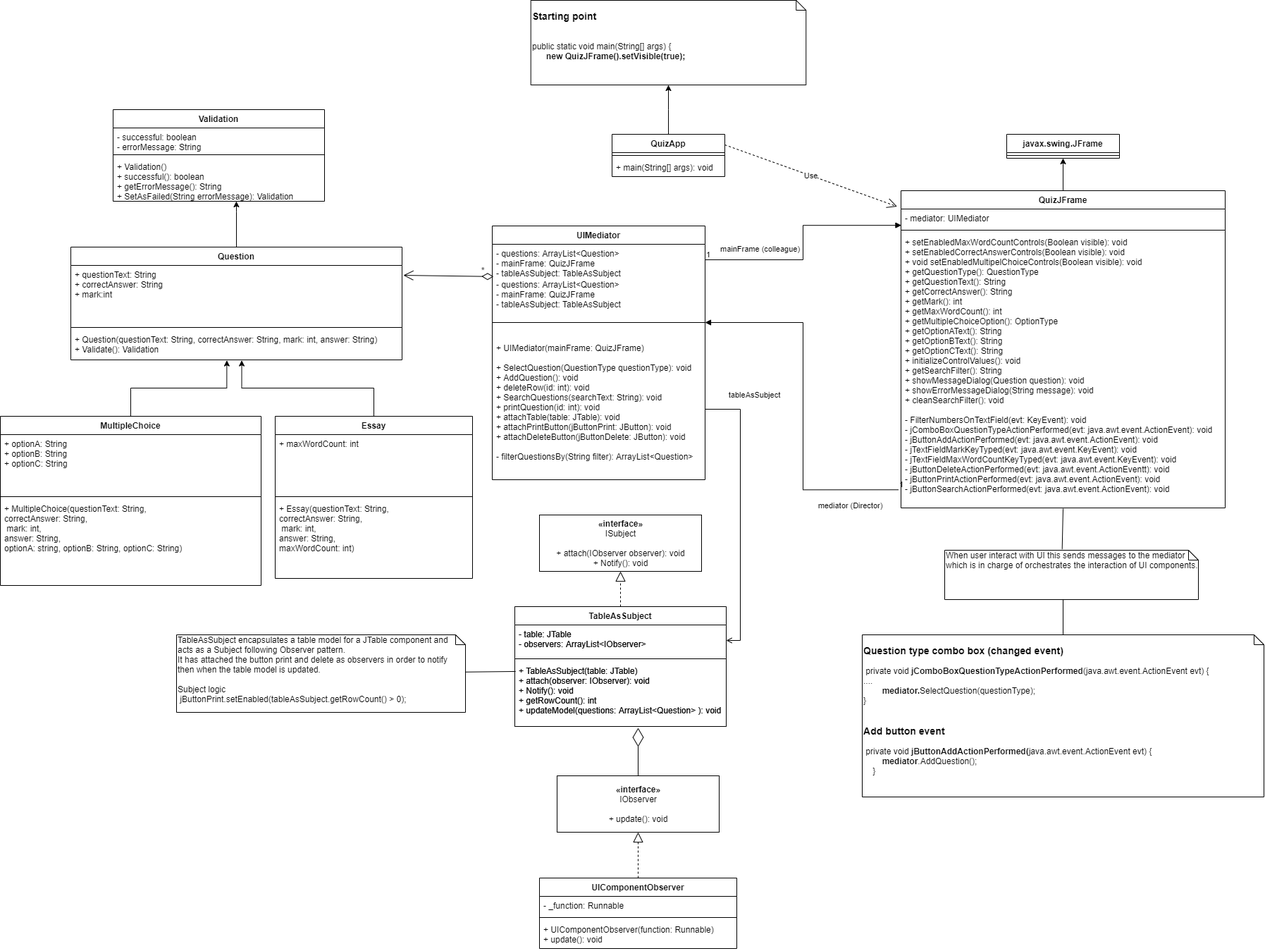
Before: Step 4 - class diagram.png, a diagram exported from draw.io (herreramaxi/NCIRL-OOP-Topic2). Source tidied: cells renumbered, new cells last; positions are measured from the earlier drawing's top-left corner, leaving out a move shared by most shapes.
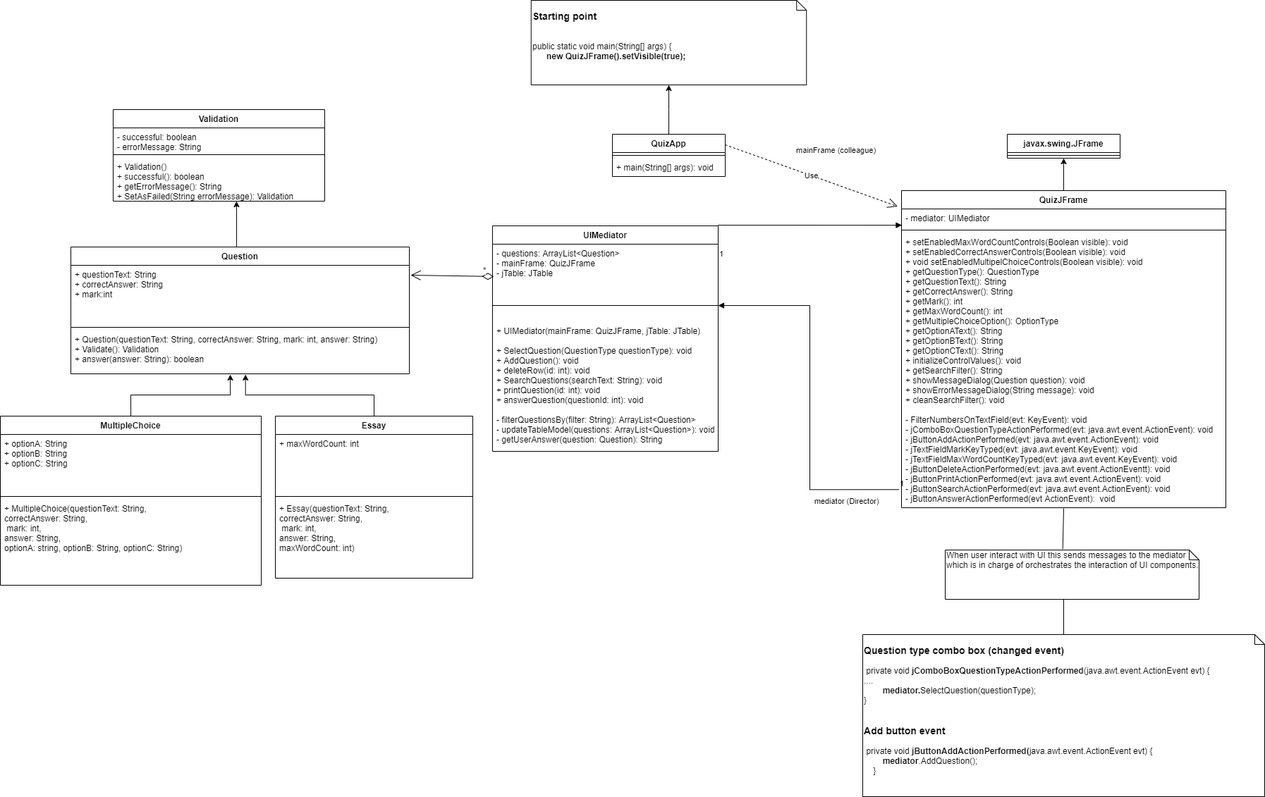
After the change.

Change to the diagram source:
```diff
@@ -41,8 +41,10 @@
     <mxCell id="14" style="edgeStyle=orthogonalEdgeStyle;rounded=0;jettySize=auto;html=1;entryX=0.5;entryY=1;entryDx=0;entryDy=0;" parent="1" edge="1" source="24" target="10">
       <mxGeometry relative="1" as="geometry" />
     </mxCell>
-    <mxCell id="15" value="mainFrame (colleague)" style="endArrow=block;endFill=1;html=1;edgeStyle=orthogonalEdgeStyle;align=left;verticalAlign=top;entryX=0.001;entryY=0.889;entryDx=0;entryDy=0;entryPerimeter=0;exitX=1;exitY=0.5;exitDx=0;exitDy=0;rounded=0;" parent="1" edge="1" source="29" target="25">
-      <mxGeometry x="0.02" y="119" relative="1" as="geometry" />
+    <mxCell id="15" value="mainFrame (colleague)" style="endArrow=block;endFill=1;html=1;edgeStyle=orthogonalEdgeStyle;align=left;verticalAlign=top;entryX=0.001;entryY=0.889;entryDx=0;entryDy=0;entryPerimeter=0;exitX=1;exitY=0.5;exitDx=0;exitDy=0;rounded=0;" parent="1" edge="1" target="25">
+      <mxGeometry x="0.02" y="119" relative="1" as="geometry">
+        <mxPoint x="1018" y="368" as="sourcePoint" />
+      </mxGeometry>
     </mxCell>
     <mxCell id="16" value="1" style="edgeLabel;html=1;align=left;verticalAlign=bottom;" parent="15" vertex="1">
       <mxGeometry x="-1" relative="1" as="geometry" />
@@ -58,8 +60,10 @@
         <mxPoint x="56" y="16.4" as="offset" />
       </mxGeometry>
     </mxCell>
-    <mxCell id="20" value="*" style="endArrow=open;html=1;endSize=12;startArrow=diamondThin;startSize=14;startFill=0;align=left;verticalAlign=bottom;exitX=0.006;exitY=1.042;exitDx=0;exitDy=0;exitPerimeter=0;rounded=0;entryX=1.004;entryY=0.167;entryDx=0;entryDy=0;entryPerimeter=0;" parent="1" edge="1" source="29" target="39">
-      <mxGeometry x="-0.72" relative="1" as="geometry" />
+    <mxCell id="20" value="*" style="endArrow=open;html=1;endSize=12;startArrow=diamondThin;startSize=14;startFill=0;align=left;verticalAlign=bottom;exitX=0.006;exitY=1.042;exitDx=0;exitDy=0;exitPerimeter=0;rounded=0;entryX=1.004;entryY=0.167;entryDx=0;entryDy=0;entryPerimeter=0;" parent="1" edge="1" target="39">
+      <mxGeometry x="-0.72" relative="1" as="geometry">
+        <mxPoint x="699.9" y="391.8" as="sourcePoint" />
+      </mxGeometry>
     </mxCell>
     <mxCell id="21" value="QuizApp" style="swimlane;fontStyle=1;align=center;verticalAlign=top;horizontal=1;startSize=26;" parent="1" vertex="1">
       <mxGeometry x="868" y="190" width="160" height="60" as="geometry" />
@@ -79,23 +83,20 @@
     <mxCell id="26" style="line;strokeWidth=1;fillColor=none;align=left;verticalAlign=middle;spacingTop=-1;spacingLeft=3;spacingRight=3;labelPosition=right;" parent="24" vertex="1">
       <mxGeometry y="52" width="460" height="8" as="geometry" />
     </mxCell>
-    <mxCell id="27" value="+ setEnabledMaxWordCountControls(Boolean visible): void&#10;+ setEnabledCorrectAnswerControls(Boolean visible): void&#10;+ void setEnabledMultipelChoiceControls(Boolean visible): void&#10;+ getQuestionType(): QuestionType&#10;+ getQuestionText(): String&#10;+ getCorrectAnswer(): String&#10;+ getMark(): int&#10;+ getMaxWordCount(): int&#10;+ getMultipleChoiceOption(): OptionType&#10;+ getOptionAText(): String&#10;+ getOptionBText(): String&#10;+ getOptionCText(): String&#10;+ initializeControlValues(): void&#10;+ getSearchFilter(): String&#10;+ showMessageDialog(Question question): void&#10;+ showErrorMessageDialog(String message): void&#10;+ cleanSearchFilter(): void&#10;&#10;- FilterNumbersOnTextField(evt: KeyEvent): void&#10;- jComboBoxQuestionTypeActionPerformed(evt: java.awt.event.ActionEvent): void&#10;- jButtonAddActionPerformed(evt: java.awt.event.ActionEvent): void&#10;- jTextFieldMarkKeyTyped(evt: java.awt.event.KeyEvent): void&#10;- jTextFieldMaxWordCountKeyTyped(evt: java.awt.event.KeyEvent): void&#10;- jButtonDeleteActionPerformed(evt: java.awt.event.ActionEventt): void  &#10;- jButtonPrintActionPerformed(evt: java.awt.event.ActionEvent): void&#10;- jButtonSearchActionPerformed(evt: java.awt.event.ActionEvent): void" style="text;strokeColor=none;fillColor=none;align=left;verticalAlign=top;spacingLeft=4;spacingRight=4;overflow=hidden;points=[[0,0.5],[1,0.5]];portConstraint=eastwest;" parent="24" vertex="1">
+    <mxCell id="27" value="+ setEnabledMaxWordCountControls(Boolean visible): void&#10;+ setEnabledCorrectAnswerControls(Boolean visible): void&#10;+ void setEnabledMultipelChoiceControls(Boolean visible): void&#10;+ getQuestionType(): QuestionType&#10;+ getQuestionText(): String&#10;+ getCorrectAnswer(): String&#10;+ getMark(): int&#10;+ getMaxWordCount(): int&#10;+ getMultipleChoiceOption(): OptionType&#10;+ getOptionAText(): String&#10;+ getOptionBText(): String&#10;+ getOptionCText(): String&#10;+ initializeControlValues(): void&#10;+ getSearchFilter(): String&#10;+ showMessageDialog(Question question): void&#10;+ showErrorMessageDialog(String message): void&#10;+ cleanSearchFilter(): void&#10;&#10;- FilterNumbersOnTextField(evt: KeyEvent): void&#10;- jComboBoxQuestionTypeActionPerformed(evt: java.awt.event.ActionEvent): void&#10;- jButtonAddActionPerformed(evt: java.awt.event.ActionEvent): void&#10;- jTextFieldMarkKeyTyped(evt: java.awt.event.KeyEvent): void&#10;- jTextFieldMaxWordCountKeyTyped(evt: java.awt.event.KeyEvent): void&#10;- jButtonDeleteActionPerformed(evt: java.awt.event.ActionEventt): void  &#10;- jButtonPrintActionPerformed(evt: java.awt.event.ActionEvent): void&#10;- jButtonSearchActionPerformed(evt: java.awt.event.ActionEvent): void&#10;- jButtonAnswerActionPerformed(evt ActionEvent):  void " style="text;strokeColor=none;fillColor=none;align=left;verticalAlign=top;spacingLeft=4;spacingRight=4;overflow=hidden;points=[[0,0.5],[1,0.5]];portConstraint=eastwest;" parent="24" vertex="1">
       <mxGeometry y="60" width="460" height="390" as="geometry" />
     </mxCell>
     <mxCell id="28" value="UIMediator" style="swimlane;fontStyle=1;align=center;verticalAlign=top;horizontal=1;startSize=26;" parent="1" vertex="1">
-      <mxGeometry x="698" y="320" width="302" height="360" as="geometry" />
+      <mxGeometry x="698" y="320" width="320" height="320" as="geometry" />
     </mxCell>
-    <mxCell id="29" value="- questions: ArrayList&lt;Question&gt; &#10;- mainFrame: QuizJFrame&#10;- tableAsSubject: TableAsSubject" style="text;strokeColor=none;fillColor=none;align=left;verticalAlign=top;spacingLeft=4;spacingRight=4;overflow=hidden;points=[[0,0.5],[1,0.5]];portConstraint=eastwest;" parent="28" vertex="1">
-      <mxGeometry y="26" width="302" height="44" as="geometry" />
-    </mxCell>
-    <mxCell id="30" value="- questions: ArrayList&lt;Question&gt; &#10;- mainFrame: QuizJFrame&#10;- tableAsSubject: TableAsSubject" style="text;strokeColor=none;fillColor=none;align=left;verticalAlign=top;spacingLeft=4;spacingRight=4;overflow=hidden;" parent="28" vertex="1">
-      <mxGeometry y="70" width="302" height="44" as="geometry" />
+    <mxCell id="30" value="- questions: ArrayList&lt;Question&gt; &#10;- mainFrame: QuizJFrame&#10;- jTable: JTable" style="text;strokeColor=none;fillColor=none;align=left;verticalAlign=top;spacingLeft=4;spacingRight=4;overflow=hidden;" parent="28" vertex="1">
+      <mxGeometry y="26" width="320" height="64" as="geometry" />
     </mxCell>
     <mxCell id="31" style="line;strokeWidth=1;fillColor=none;align=left;verticalAlign=middle;spacingTop=-1;spacingLeft=3;spacingRight=3;labelPosition=right;points=[];portConstraint=eastwest;" parent="28" vertex="1">
-      <mxGeometry y="114" width="302" height="46" as="geometry" />
+      <mxGeometry y="90" width="320" height="46" as="geometry" />
     </mxCell>
-    <mxCell id="32" value="+ UIMediator(mainFrame: QuizJFrame) &#10;&#10;+ SelectQuestion(QuestionType questionType): void&#10;+ AddQuestion(): void&#10;+ deleteRow(id: int): void&#10;+ SearchQuestions(searchText: String): void&#10;+ printQuestion(id: int): void&#10;+ attachTable(table: JTable): void&#10;+ attachPrintButton(jButtonPrint: JButton): void&#10;+ attachDeleteButton(jButtonDelete: JButton): void&#10;&#10;- filterQuestionsBy(String filter): ArrayList&lt;Question&gt; " style="text;strokeColor=none;fillColor=none;align=left;verticalAlign=top;spacingLeft=4;spacingRight=4;overflow=hidden;points=[[0,0.5],[1,0.5]];portConstraint=eastwest;" parent="28" vertex="1">
-      <mxGeometry y="160" width="302" height="200" as="geometry" />
+    <mxCell id="32" value="+ UIMediator(mainFrame: QuizJFrame, jTable: JTable) &#10;&#10;+ SelectQuestion(QuestionType questionType): void&#10;+ AddQuestion(): void&#10;+ deleteRow(id: int): void&#10;+ SearchQuestions(searchText: String): void&#10;+ printQuestion(id: int): void&#10;+ answerQuestion(questionId: int): void&#10;&#10;- filterQuestionsBy(filter: String): ArrayList&lt;Question&gt; &#10;- updateTableModel(questions: ArrayList&lt;Question&gt;): void&#10;- getUserAnswer(question: Question): String" style="text;strokeColor=none;fillColor=none;align=left;verticalAlign=top;spacingLeft=4;spacingRight=4;overflow=hidden;points=[[0,0.5],[1,0.5]];portConstraint=eastwest;" parent="28" vertex="1">
+      <mxGeometry y="136" width="320" height="184" as="geometry" />
     </mxCell>
     <mxCell id="33" value="Essay" style="swimlane;fontStyle=1;align=center;verticalAlign=top;horizontal=1;startSize=26;" parent="1" vertex="1">
       <mxGeometry x="390" y="590" width="280" height="230" as="geometry" />
@@ -118,16 +119,16 @@
       </mxGeometry>
     </mxCell>
     <mxCell id="38" value="Question" style="swimlane;fontStyle=1;align=center;verticalAlign=top;horizontal=1;startSize=26;" parent="1" vertex="1">
-      <mxGeometry x="100" y="350" width="470" height="160" as="geometry" />
+      <mxGeometry x="100" y="350" width="480" height="180" as="geometry" />
     </mxCell>
     <mxCell id="39" value="+ questionText: String&#10;+ correctAnswer: String&#10;+ mark:int" style="text;strokeColor=none;fillColor=none;align=left;verticalAlign=top;spacingLeft=4;spacingRight=4;overflow=hidden;points=[[0,0.5],[1,0.5]];portConstraint=eastwest;" parent="38" vertex="1">
-      <mxGeometry y="26" width="470" height="84" as="geometry" />
+      <mxGeometry y="26" width="480" height="84" as="geometry" />
     </mxCell>
     <mxCell id="40" style="line;strokeWidth=1;fillColor=none;align=left;verticalAlign=middle;spacingTop=-1;spacingLeft=3;spacingRight=3;labelPosition=right;" parent="38" vertex="1">
-      <mxGeometry y="110" width="470" height="8" as="geometry" />
+      <mxGeometry y="110" width="480" height="8" as="geometry" />
     </mxCell>
-    <mxCell id="41" value="+ Question(questionText: String, correctAnswer: String, mark: int, answer: String)&#10;+ Validate(): Validation" style="text;strokeColor=none;fillColor=none;align=left;verticalAlign=top;spacingLeft=4;spacingRight=4;overflow=hidden;points=[[0,0.5],[1,0.5]];portConstraint=eastwest;" parent="38" vertex="1">
-      <mxGeometry y="118" width="470" height="42" as="geometry" />
+    <mxCell id="41" value="+ Question(questionText: String, correctAnswer: String, mark: int, answer: String)&#10;+ Validate(): Validation&#10;+ answer(answer: String): boolean " style="text;strokeColor=none;fillColor=none;align=left;verticalAlign=top;spacingLeft=4;spacingRight=4;overflow=hidden;points=[[0,0.5],[1,0.5]];portConstraint=eastwest;" parent="38" vertex="1">
+      <mxGeometry y="118" width="480" height="62" as="geometry" />
     </mxCell>
     <mxCell id="42" value="MultipleChoice" style="swimlane;fontStyle=1;align=center;verticalAlign=top;horizontal=1;startSize=26;" parent="1" vertex="1">
       <mxGeometry y="590" width="370" height="240" as="geometry" />
@@ -141,26 +142,6 @@
     <mxCell id="45" value="+ MultipleChoice(questionText: String,&#10;correctAnswer: String,&#10; mark: int, &#10;answer: String,&#10;optionA: string, optionB: String, optionC: String)" style="text;strokeColor=none;fillColor=none;align=left;verticalAlign=top;spacingLeft=4;spacingRight=4;overflow=hidden;" parent="42" vertex="1">
       <mxGeometry y="118" width="370" height="122" as="geometry" />
     </mxCell>
-    <mxCell id="46" value="&lt;b&gt;«interface»&lt;/b&gt;&lt;br&gt;ISubject&lt;br&gt;&lt;br&gt;&lt;div&gt;+ attach(IObserver observer): void&lt;/div&gt;&lt;div&gt;+ Notify(): void&lt;/div&gt;" style="html=1;" parent="1" vertex="1">
-      <mxGeometry x="765" y="730" width="230" height="80" as="geometry" />
-    </mxCell>
-    <mxCell id="47" style="endArrow=block;dashed=1;endFill=0;endSize=12;html=1;entryX=0.5;entryY=1;entryDx=0;entryDy=0;exitX=0.5;exitY=0;exitDx=0;exitDy=0;" parent="1" edge="1" source="58" target="46">
-      <mxGeometry relative="1" as="geometry" />
-    </mxCell>
-    <mxCell id="48" value="&lt;b&gt;«interface»&lt;/b&gt;&lt;br&gt;IObserver&lt;br&gt;&lt;br&gt;&lt;div&gt;+ update(): void&lt;/div&gt;" style="html=1;" parent="1" vertex="1">
-      <mxGeometry x="790" y="1100" width="230" height="80" as="geometry" />
-    </mxCell>
-    <mxCell id="49" style="endArrow=block;dashed=1;endFill=0;endSize=12;html=1;exitX=0.5;exitY=0;exitDx=0;exitDy=0;" parent="1" edge="1" source="66" target="48">
-      <mxGeometry relative="1" as="geometry" />
-    </mxCell>
-    <mxCell id="50" value="&lt;b&gt;«interface»&lt;/b&gt;&lt;br&gt;ISubject&lt;br&gt;&lt;br&gt;&lt;div&gt;+ attach(IObserver observer): void&lt;/div&gt;&lt;div&gt;+ Notify(): void&lt;/div&gt;" style="html=1;" parent="1" vertex="1">
-      <mxGeometry x="765" y="730" width="230" height="80" as="geometry" />
-    </mxCell>
-    <mxCell id="51" style="endArrow=diamondThin;endFill=0;endSize=24;html=1;exitX=0.5;exitY=0;exitDx=0;exitDy=0;" parent="1" edge="1" source="48">
-      <mxGeometry relative="1" as="geometry">
-        <mxPoint x="905" y="1032" as="targetPoint" />
-      </mxGeometry>
-    </mxCell>
     <mxCell id="52" style="rounded=0;jettySize=auto;html=1;endArrow=none;endFill=0;exitX=0.463;exitY=-0.02;exitDx=0;exitDy=0;exitPerimeter=0;" parent="1" edge="1" source="53">
       <mxGeometry relative="1" as="geometry">
         <mxPoint x="1508" y="721" as="targetPoint" />
@@ -174,52 +155,10 @@
         <mxPoint x="1508" y="850" as="targetPoint" />
       </mxGeometry>
     </mxCell>
-    <mxCell id="55" style="edgeStyle=none;rounded=0;jettySize=auto;html=1;endArrow=none;endFill=0;entryX=0.004;entryY=0.152;entryDx=0;entryDy=0;entryPerimeter=0;" parent="1" edge="1" source="56" target="65">
-      <mxGeometry relative="1" as="geometry" />
+    <mxCell id="55" style="edgeStyle=none;rounded=0;jettySize=auto;html=1;endArrow=none;endFill=0;entryX=0.004;entryY=0.152;entryDx=0;entryDy=0;entryPerimeter=0;" parent="1" edge="1" source="x">
+      <mxGeometry relative="1" as="geometry">
+        <mxPoint x="731.2" y="952" as="targetPoint" />
+      </mxGeometry>
     </mxCell>
-    <mxCell id="56" value="TableAsSubject encapsulates a table model for a JTable component and acts as a Subject following Observer pattern.&lt;br&gt;It has attached the button print and delete as observers in order to notify then when&amp;nbsp;the table model is updated.&lt;br&gt;&lt;br&gt;Subject logic&lt;br&gt;&amp;nbsp;jButtonPrint.setEnabled(tableAsSubject.getRowCount() &amp;gt; 0);" style="shape=note;whiteSpace=wrap;html=1;size=14;verticalAlign=top;align=left;spacingTop=-6;" parent="1" vertex="1">
-      <mxGeometry x="250" y="900" width="410" height="110" as="geometry" />
-    </mxCell>
-    <mxCell id="57" value="tableAsSubject" style="edgeStyle=orthogonalEdgeStyle;rounded=0;jettySize=auto;html=1;entryX=1;entryY=0.5;entryDx=0;entryDy=0;endArrow=open;endFill=0;" parent="1" edge="1" source="32" target="63">
-      <mxGeometry x="-0.75" y="28" relative="1" as="geometry">
-        <mxPoint x="-8" y="-20" as="offset" />
-      </mxGeometry>
-    </mxCell>
-    <mxCell id="58" value="TableAsSubject" style="swimlane;fontStyle=1;align=center;verticalAlign=top;horizontal=1;startSize=26;" parent="1" vertex="1">
-      <mxGeometry x="730" y="860" width="300" height="170" as="geometry" />
-    </mxCell>
-    <mxCell id="59" value="- table: JTable&#10;- observers: ArrayList&lt;IObserver&gt; " style="text;strokeColor=none;fillColor=none;align=left;verticalAlign=top;spacingLeft=4;spacingRight=4;overflow=hidden;" parent="58" vertex="1">
-      <mxGeometry y="26" width="300" height="44" as="geometry" />
-    </mxCell>
-    <mxCell id="60" style="line;strokeWidth=1;fillColor=none;align=left;verticalAlign=middle;spacingTop=-1;spacingLeft=3;spacingRight=3;labelPosition=right;" parent="58" vertex="1">
-      <mxGeometry y="70" width="300" height="8" as="geometry" />
-    </mxCell>
-    <mxCell id="61" value="+ TableAsSubject(table: JTable)&#10;+ attach(observer: IObserver): void&#10;+ Notify(): void&#10;+ getRowCount(): int&#10;+ updateModel(questions: ArrayList&lt;Question&gt; ): void" style="text;strokeColor=none;fillColor=none;align=left;verticalAlign=top;spacingLeft=4;spacingRight=4;overflow=hidden;" parent="58" vertex="1">
-      <mxGeometry y="78" width="300" height="92" as="geometry" />
-    </mxCell>
-    <mxCell id="62" value="TableAsSubject" style="swimlane;fontStyle=1;align=center;verticalAlign=top;horizontal=1;startSize=26;" parent="1" vertex="1">
-      <mxGeometry x="730" y="860" width="300" height="170" as="geometry" />
-    </mxCell>
-    <mxCell id="63" value="- table: JTable&#10;- observers: ArrayList&lt;IObserver&gt; " style="text;strokeColor=none;fillColor=none;align=left;verticalAlign=top;spacingLeft=4;spacingRight=4;overflow=hidden;points=[[0,0.5],[1,0.5]];portConstraint=eastwest;" parent="62" vertex="1">
-      <mxGeometry y="26" width="300" height="44" as="geometry" />
-    </mxCell>
-    <mxCell id="64" style="line;strokeWidth=1;fillColor=none;align=left;verticalAlign=middle;spacingTop=-1;spacingLeft=3;spacingRight=3;labelPosition=right;" parent="62" vertex="1">
-      <mxGeometry y="70" width="300" height="8" as="geometry" />
-    </mxCell>
-    <mxCell id="65" value="+ TableAsSubject(table: JTable)&#10;+ attach(observer: IObserver): void&#10;+ Notify(): void&#10;+ getRowCount(): int&#10;+ updateModel(questions: ArrayList&lt;Question&gt; ): void" style="text;strokeColor=none;fillColor=none;align=left;verticalAlign=top;spacingLeft=4;spacingRight=4;overflow=hidden;points=[[0,0.5],[1,0.5]];portConstraint=eastwest;" parent="62" vertex="1">
-      <mxGeometry y="78" width="300" height="92" as="geometry" />
-    </mxCell>
-    <mxCell id="66" value="UIComponentObserver" style="swimlane;fontStyle=1;align=center;verticalAlign=top;horizontal=1;startSize=26;" parent="1" vertex="1">
-      <mxGeometry x="765" y="1245" width="280" height="100" as="geometry" />
-    </mxCell>
-    <mxCell id="67" value="- _function: Runnable" style="text;strokeColor=none;fillColor=none;align=left;verticalAlign=top;spacingLeft=4;spacingRight=4;overflow=hidden;" parent="66" vertex="1">
-      <mxGeometry y="26" width="280" height="26" as="geometry" />
-    </mxCell>
-    <mxCell id="68" style="line;strokeWidth=1;fillColor=none;align=left;verticalAlign=middle;spacingTop=-1;spacingLeft=3;spacingRight=3;labelPosition=right;" parent="66" vertex="1">
-      <mxGeometry y="52" width="280" height="8" as="geometry" />
-    </mxCell>
-    <mxCell id="69" value="+ UIComponentObserver(function: Runnable)&#10;+ update(): void" style="text;strokeColor=none;fillColor=none;align=left;verticalAlign=top;spacingLeft=4;spacingRight=4;overflow=hidden;" parent="66" vertex="1">
-      <mxGeometry y="60" width="280" height="40" as="geometry" />
-    </mxCell>
   </root>
 </mxGraphModel>
```
